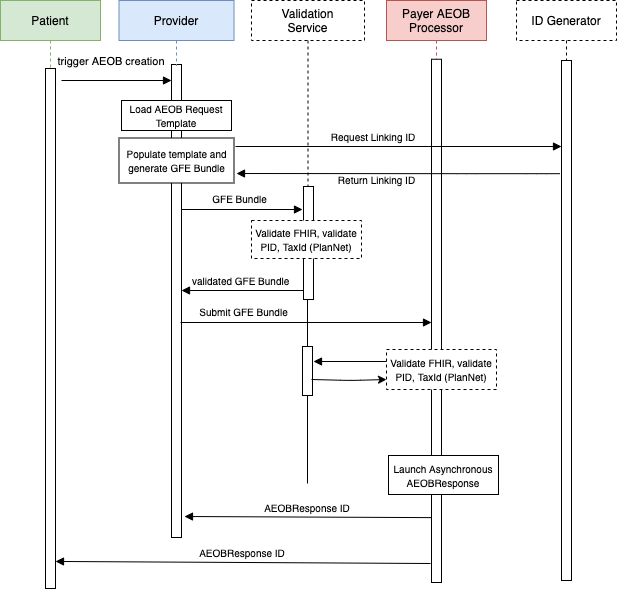
Before: input/images/SubmitAEOB.drawio.png, a diagram exported from draw.io (HL7/davinci-pct). Source tidied: cells renumbered, new cells last; positions are measured from the earlier drawing's top-left corner, leaving out a move shared by most shapes.
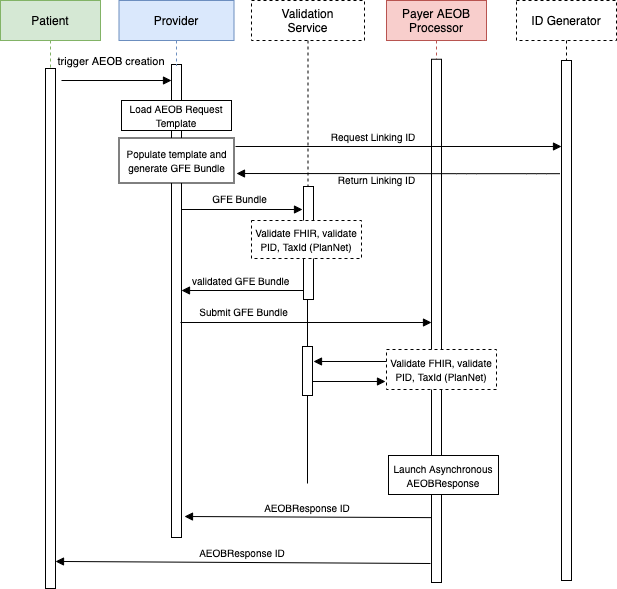
After the commit.

Change to the diagram source:
```diff
@@ -120,14 +120,6 @@
         <mxPoint x="386" y="361" as="sourcePoint" />
       </mxGeometry>
     </mxCell>
-    <mxCell id="30" style="endArrow=classic;html=1;fontSize=10;exitX=0.9;exitY=0.673;exitDx=0;exitDy=0;exitPerimeter=0;" parent="1" edge="1" source="28">
-      <mxGeometry relative="1" as="geometry">
-        <mxPoint x="386" y="379" as="targetPoint" />
-        <Array as="points">
-          <mxPoint x="350" y="380" />
-        </Array>
-      </mxGeometry>
-    </mxCell>
     <mxCell id="31" value="Return Linking ID" style="verticalAlign=bottom;endArrow=block;shadow=0;strokeWidth=1;fontSize=10;" parent="1" edge="1">
       <mxGeometry x="0.13" y="16" relative="1" as="geometry">
         <mxPoint x="559.5" y="173.2" as="sourcePoint" />
@@ -138,5 +130,11 @@
         </Array>
       </mxGeometry>
     </mxCell>
+    <mxCell id="32" style="verticalAlign=bottom;endArrow=block;shadow=0;strokeWidth=1;fontSize=10;" parent="1" edge="1">
+      <mxGeometry x="-0.15" relative="1" as="geometry">
+        <mxPoint x="312" y="381" as="sourcePoint" />
+        <mxPoint x="385" y="381" as="targetPoint" />
+      </mxGeometry>
+    </mxCell>
   </root>
 </mxGraphModel>
```
